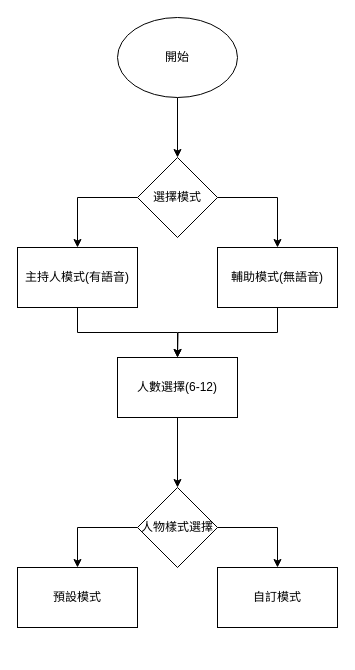
This is 流程圖.drawio from a500197/-, a draw.io file, before an edit. Source tidied: cells renumbered, new cells numbered last; positions are measured from the earlier drawing's top-left corner, leaving out a move shared by most shapes. Both pictures are drawn from the tidied source at 100%, with x=0, y=0 at pixel (17, 17).
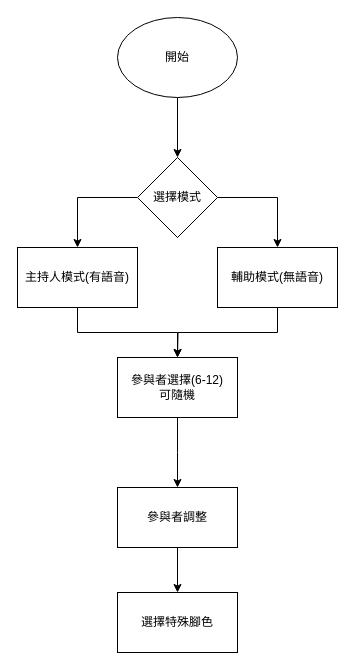
Above is the later version.

Change to the diagram source:
```diff
@@
 <mxGraphModel>
   <root>
     <mxCell id="0" />
     <mxCell id="1" parent="0" />
     <mxCell id="2" style="edgeStyle=orthogonalEdgeStyle;rounded=0;jettySize=auto;html=1;exitX=0.5;exitY=1;exitDx=0;exitDy=0;" parent="1" edge="1" source="3" target="6">
       <mxGeometry relative="1" as="geometry" />
     </mxCell>
     <mxCell id="3" value="開始" style="ellipse;whiteSpace=wrap;html=1;" parent="1" vertex="1">
       <mxGeometry x="100" width="120" height="80" as="geometry" />
     </mxCell>
     <mxCell id="4" style="edgeStyle=orthogonalEdgeStyle;rounded=0;jettySize=auto;html=1;exitX=0;exitY=0.5;exitDx=0;exitDy=0;" parent="1" edge="1" source="6" target="8">
       <mxGeometry relative="1" as="geometry" />
     </mxCell>
     <mxCell id="5" style="edgeStyle=orthogonalEdgeStyle;rounded=0;jettySize=auto;html=1;exitX=1;exitY=0.5;exitDx=0;exitDy=0;" parent="1" edge="1" source="6" target="10">
       <mxGeometry relative="1" as="geometry" />
     </mxCell>
     <mxCell id="6" value="選擇模式" style="rhombus;whiteSpace=wrap;html=1;" parent="1" vertex="1">
       <mxGeometry x="120" y="140" width="80" height="80" as="geometry" />
     </mxCell>
     <mxCell id="7" style="edgeStyle=orthogonalEdgeStyle;rounded=0;jettySize=auto;html=1;exitX=0.5;exitY=1;exitDx=0;exitDy=0;entryX=0.5;entryY=0;entryDx=0;entryDy=0;" parent="1" edge="1" source="8" target="12">
       <mxGeometry relative="1" as="geometry" />
     </mxCell>
     <mxCell id="8" value="主持人模式(有語音)" style="rounded=0;whiteSpace=wrap;html=1;" parent="1" vertex="1">
       <mxGeometry y="230" width="120" height="60" as="geometry" />
     </mxCell>
     <mxCell id="9" style="edgeStyle=orthogonalEdgeStyle;rounded=0;jettySize=auto;html=1;exitX=0.5;exitY=1;exitDx=0;exitDy=0;" parent="1" edge="1" source="10">
       <mxGeometry relative="1" as="geometry">
         <mxPoint x="160" y="340" as="targetPoint" />
       </mxGeometry>
     </mxCell>
     <mxCell id="10" value="輔助模式(無語音)" style="rounded=0;whiteSpace=wrap;html=1;" parent="1" vertex="1">
       <mxGeometry x="200" y="230" width="120" height="60" as="geometry" />
     </mxCell>
-    <mxCell id="11" style="edgeStyle=orthogonalEdgeStyle;rounded=0;jettySize=auto;html=1;exitX=0.5;exitY=1;exitDx=0;exitDy=0;entryX=0.5;entryY=0;entryDx=0;entryDy=0;" parent="1" edge="1" source="12" target="15">
-      <mxGeometry relative="1" as="geometry" />
+    <mxCell id="11" style="edgeStyle=orthogonalEdgeStyle;rounded=0;jettySize=auto;html=1;exitX=0.5;exitY=1;exitDx=0;exitDy=0;entryX=0.5;entryY=0;entryDx=0;entryDy=0;" parent="1" edge="1" source="12">
+      <mxGeometry relative="1" as="geometry">
+        <mxPoint x="160" y="470" as="targetPoint" />
+      </mxGeometry>
     </mxCell>
-    <mxCell id="12" value="人數選擇(6-12)" style="rounded=0;whiteSpace=wrap;html=1;" parent="1" vertex="1">
+    <mxCell id="12" value="參與者選擇(6-12)&lt;br&gt;可隨機" style="rounded=0;whiteSpace=wrap;html=1;" parent="1" vertex="1">
       <mxGeometry x="100" y="340" width="120" height="60" as="geometry" />
     </mxCell>
-    <mxCell id="13" style="edgeStyle=orthogonalEdgeStyle;rounded=0;jettySize=auto;html=1;exitX=0;exitY=0.5;exitDx=0;exitDy=0;entryX=0.5;entryY=0;entryDx=0;entryDy=0;" parent="1" edge="1" source="15" target="16">
-      <mxGeometry relative="1" as="geometry" />
-    </mxCell>
-    <mxCell id="14" style="edgeStyle=orthogonalEdgeStyle;rounded=0;jettySize=auto;html=1;exitX=1;exitY=0.5;exitDx=0;exitDy=0;" parent="1" edge="1" source="15" target="17">
-      <mxGeometry relative="1" as="geometry" />
-    </mxCell>
-    <mxCell id="15" value="人物樣式選擇" style="rhombus;whiteSpace=wrap;html=1;" parent="1" vertex="1">
-      <mxGeometry x="120" y="470" width="80" height="80" as="geometry" />
-    </mxCell>
-    <mxCell id="16" value="預設模式" style="rounded=0;whiteSpace=wrap;html=1;" parent="1" vertex="1">
-      <mxGeometry y="550" width="120" height="60" as="geometry" />
-    </mxCell>
-    <mxCell id="17" value="自訂模式" style="rounded=0;whiteSpace=wrap;html=1;" parent="1" vertex="1">
-      <mxGeometry x="200" y="550" width="120" height="60" as="geometry" />
-    </mxCell>
+    <mxCell id="18" style="edgeStyle=orthogonalEdgeStyle;rounded=0;jettySize=auto;html=1;exitX=0.5;exitY=1;exitDx=0;exitDy=0;entryX=0.5;entryY=0;entryDx=0;entryDy=0;" parent="1" edge="1" source="19" target="20">
+      <mxGeometry relative="1" as="geometry" />
+    </mxCell>
+    <mxCell id="19" value="參與者調整" style="rounded=0;whiteSpace=wrap;html=1;" parent="1" vertex="1">
+      <mxGeometry x="100" y="470" width="120" height="60" as="geometry" />
+    </mxCell>
+    <mxCell id="20" value="選擇特殊腳色" style="rounded=0;whiteSpace=wrap;html=1;" parent="1" vertex="1">
+      <mxGeometry x="100" y="575" width="120" height="60" as="geometry" />
+    </mxCell>
   </root>
 </mxGraphModel>
```
